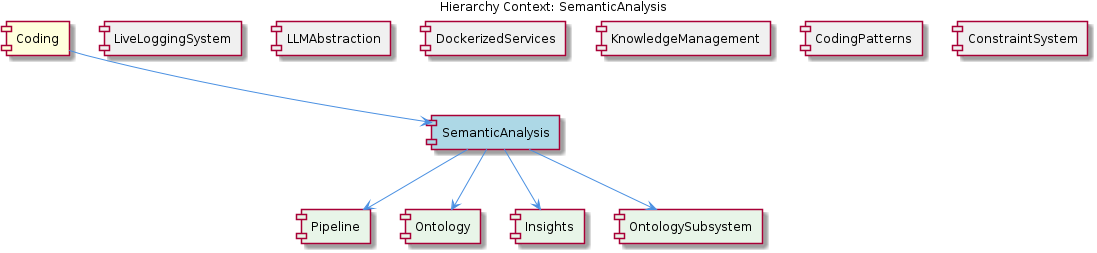
Earlier version of the PlantUML export knowledge-management/insights/images/semantic-analysis-relationship.png (fwornle/coding). Its source is kept beside it as .data/knowledge-graph/insights/puml/semantic-analysis-relationship.puml.
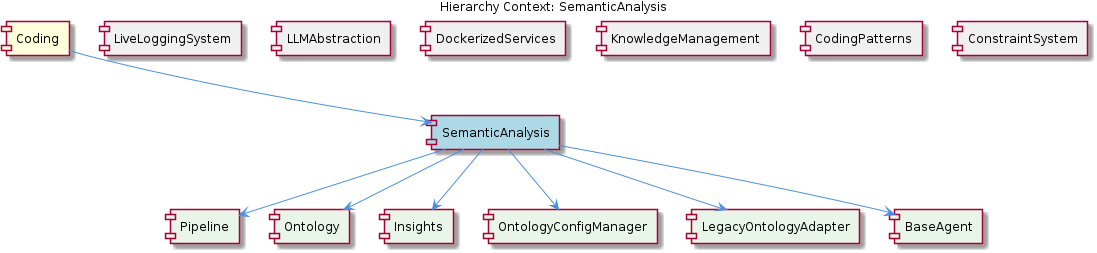
After the change.

Diff of the diagram source:
```diff
@@ -14,7 +14,9 @@
 [Pipeline] as pipeline #E8F5E8
 [Ontology] as ontology #E8F5E8
 [Insights] as insights #E8F5E8
-[OntologySubsystem] as ontology_subsystem #E8F5E8
+[OntologyConfigManager] as ontology_config_manager #E8F5E8
+[LegacyOntologyAdapter] as legacy_ontology_adapter #E8F5E8
+[BaseAgent] as base_agent #E8F5E8
 
 coding --> semantic_analysis
 live_logging_system -[hidden]- semantic_analysis
@@ -26,6 +28,8 @@
 semantic_analysis --> pipeline
 semantic_analysis --> ontology
 semantic_analysis --> insights
-semantic_analysis --> ontology_subsystem
+semantic_analysis --> ontology_config_manager
+semantic_analysis --> legacy_ontology_adapter
+semantic_analysis --> base_agent
 
 @enduml
```
